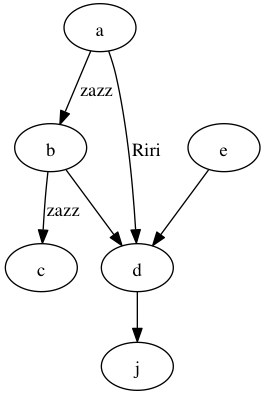
masters-info-nantes/ter-modeles keeps this Graphviz diagram as dotFile/test.png. Above is the earlier version. Its source is kept beside it as dotFile/test.dot.
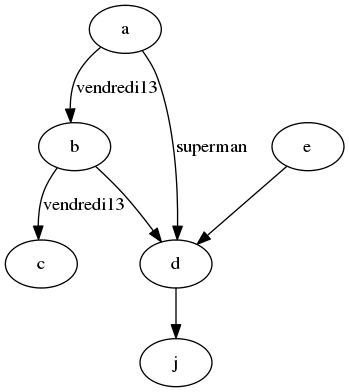
Later version of the same file.

Commit message:
Update parsing line on dot, now only last label are usefull

Change to the diagram source:
```diff
@@ -1,5 +1,5 @@
  digraph mon_graphe {
-	a -> b -> c[label=vendredi?13];
+	a -> b -> c[label=vendredi13];
 	b -> d;
 	a->d[label=superman];
 	e->d;
```
